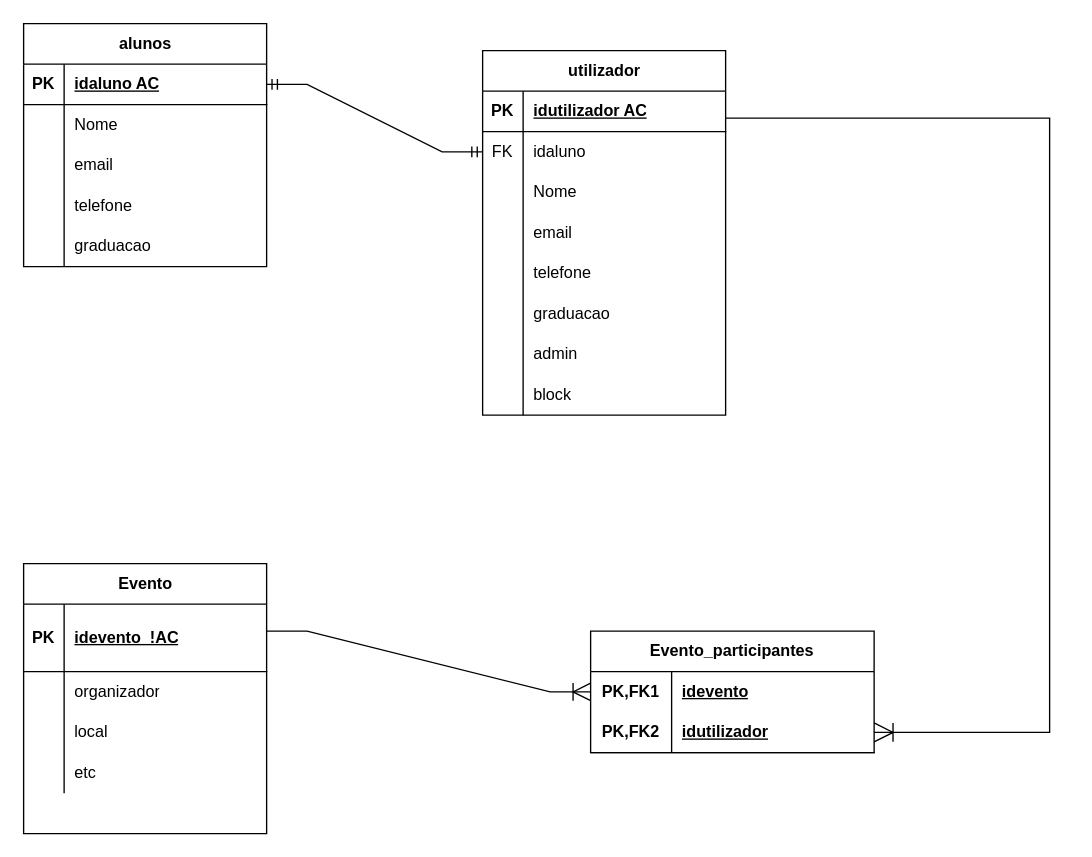
This is Diagrama sem nome.drawio from eduslayermendes/papkenpo, a draw.io file, before an edit. Source tidied: cells renumbered, new cells numbered last; positions are measured from the earlier drawing's top-left corner, leaving out a move shared by most shapes. Both pictures are drawn from the tidied source at 135%, with x=0, y=0 at pixel (23, 23).
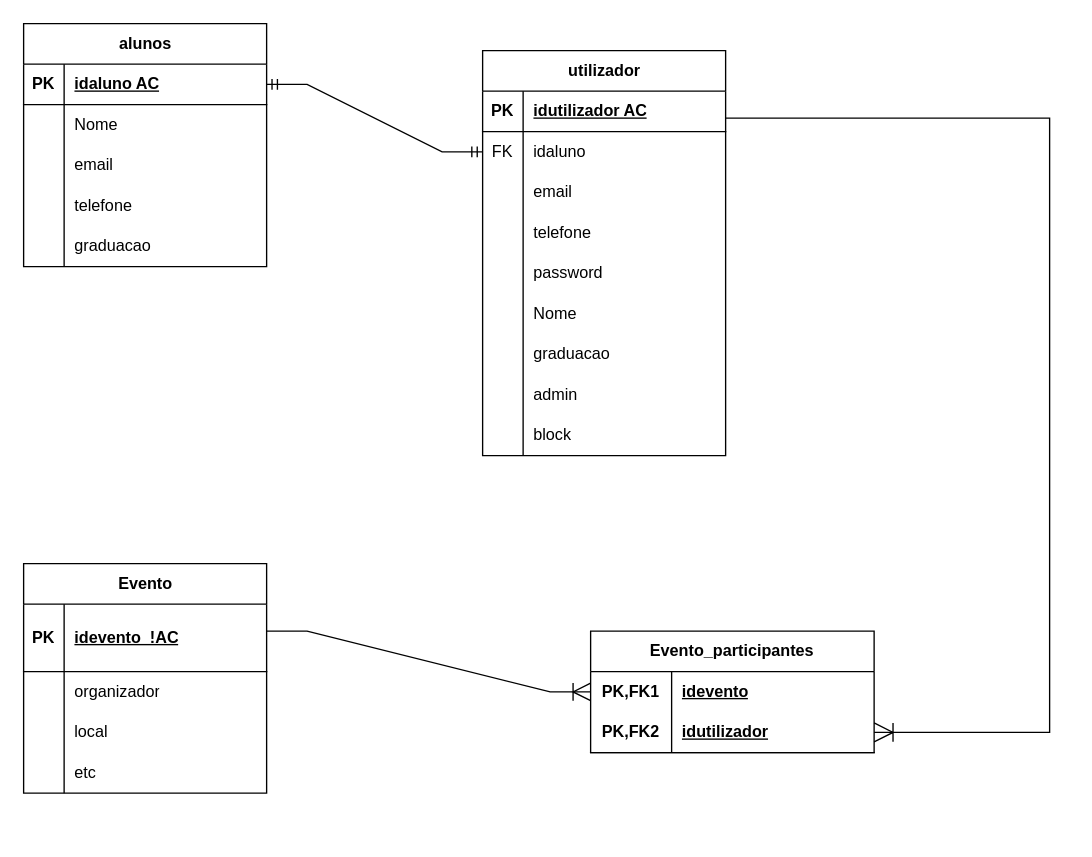
After the change.

Diff of the diagram source:
```diff
@@
     <mxCell id="20" value="utilizador" style="shape=table;startSize=30;childLayout=tableLayout;rowLines=0;fontStyle=1;align=center;html=1;" parent="1" vertex="1">
-      <mxGeometry x="340" y="20" width="180" height="270" as="geometry" />
+      <mxGeometry x="340" y="20" width="180" height="300" as="geometry" />
     </mxCell>
@@
-    <mxCell id="27" style="shape=tableRow;horizontal=0;startSize=0;swimlaneHead=0;swimlaneBody=0;fillColor=none;top=0;left=0;right=0;bottom=0;" parent="20" vertex="1">
-      <mxGeometry y="90" width="180" height="30" as="geometry" />
-    </mxCell>
-    <mxCell id="28" style="shape=partialRectangle;fillColor=none;top=0;left=0;bottom=0;right=0;overflow=hidden;whiteSpace=wrap;html=1;" parent="27" vertex="1">
-      <mxGeometry width="30" height="30" as="geometry" />
-    </mxCell>
-    <mxCell id="29" value="Nome" style="shape=partialRectangle;fillColor=none;top=0;left=0;bottom=0;right=0;align=left;spacingLeft=6;overflow=hidden;whiteSpace=wrap;html=1;" parent="27" vertex="1">
-      <mxGeometry x="30" width="150" height="30" as="geometry" />
-    </mxCell>
     <mxCell id="30" style="shape=tableRow;horizontal=0;startSize=0;swimlaneHead=0;swimlaneBody=0;fillColor=none;top=0;left=0;right=0;bottom=0;" parent="20" vertex="1">
-      <mxGeometry y="120" width="180" height="30" as="geometry" />
+      <mxGeometry y="90" width="180" height="30" as="geometry" />
     </mxCell>
@@
     <mxCell id="33" style="shape=tableRow;horizontal=0;startSize=0;swimlaneHead=0;swimlaneBody=0;fillColor=none;top=0;left=0;right=0;bottom=0;" parent="20" vertex="1">
-      <mxGeometry y="150" width="180" height="30" as="geometry" />
+      <mxGeometry y="120" width="180" height="30" as="geometry" />
     </mxCell>
@@
+    <mxCell id="70" style="shape=tableRow;horizontal=0;startSize=0;swimlaneHead=0;swimlaneBody=0;fillColor=none;top=0;left=0;right=0;bottom=0;" parent="20" vertex="1">
+      <mxGeometry y="150" width="180" height="30" as="geometry" />
+    </mxCell>
+    <mxCell id="71" style="shape=partialRectangle;fillColor=none;top=0;left=0;bottom=0;right=0;overflow=hidden;whiteSpace=wrap;html=1;" parent="70" vertex="1">
+      <mxGeometry width="30" height="30" as="geometry" />
+    </mxCell>
+    <mxCell id="72" value="password" style="shape=partialRectangle;fillColor=none;top=0;left=0;bottom=0;right=0;align=left;spacingLeft=6;overflow=hidden;whiteSpace=wrap;html=1;" parent="70" vertex="1">
+      <mxGeometry x="30" width="150" height="30" as="geometry" />
+    </mxCell>
+    <mxCell id="27" style="shape=tableRow;horizontal=0;startSize=0;swimlaneHead=0;swimlaneBody=0;fillColor=none;top=0;left=0;right=0;bottom=0;" parent="20" vertex="1">
+      <mxGeometry y="180" width="180" height="30" as="geometry" />
+    </mxCell>
+    <mxCell id="28" style="shape=partialRectangle;fillColor=none;top=0;left=0;bottom=0;right=0;overflow=hidden;whiteSpace=wrap;html=1;" parent="27" vertex="1">
+      <mxGeometry width="30" height="30" as="geometry" />
+    </mxCell>
+    <mxCell id="29" value="Nome" style="shape=partialRectangle;fillColor=none;top=0;left=0;bottom=0;right=0;align=left;spacingLeft=6;overflow=hidden;whiteSpace=wrap;html=1;" parent="27" vertex="1">
+      <mxGeometry x="30" width="150" height="30" as="geometry" />
+    </mxCell>
     <mxCell id="36" style="shape=tableRow;horizontal=0;startSize=0;swimlaneHead=0;swimlaneBody=0;fillColor=none;top=0;left=0;right=0;bottom=0;" parent="20" vertex="1">
-      <mxGeometry y="180" width="180" height="30" as="geometry" />
+      <mxGeometry y="210" width="180" height="30" as="geometry" />
     </mxCell>
@@
     <mxCell id="39" style="shape=tableRow;horizontal=0;startSize=0;swimlaneHead=0;swimlaneBody=0;fillColor=none;top=0;left=0;right=0;bottom=0;" parent="20" vertex="1">
-      <mxGeometry y="210" width="180" height="30" as="geometry" />
+      <mxGeometry y="240" width="180" height="30" as="geometry" />
     </mxCell>
@@
     <mxCell id="42" style="shape=tableRow;horizontal=0;startSize=0;swimlaneHead=0;swimlaneBody=0;fillColor=none;top=0;left=0;right=0;bottom=0;" parent="20" vertex="1">
-      <mxGeometry y="240" width="180" height="30" as="geometry" />
+      <mxGeometry y="270" width="180" height="30" as="geometry" />
     </mxCell>
@@
     <mxCell id="48" value="Evento" style="shape=table;startSize=30;childLayout=tableLayout;rowLines=0;fontStyle=1;align=center;html=1;" parent="1" vertex="1">
-      <mxGeometry y="400" width="180" height="200" as="geometry" />
+      <mxGeometry y="400" width="180" height="170" as="geometry" />
     </mxCell>
```
